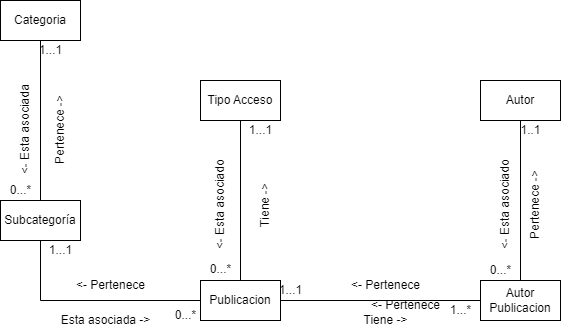
The draw.io diagram ModeloDeDominio.drawio.png in Seletex/DOO-Hola-Personal, before a commit. Source tidied: cells renumbered, new cells last; positions are measured from the earlier drawing's top-left corner, leaving out a move shared by most shapes.
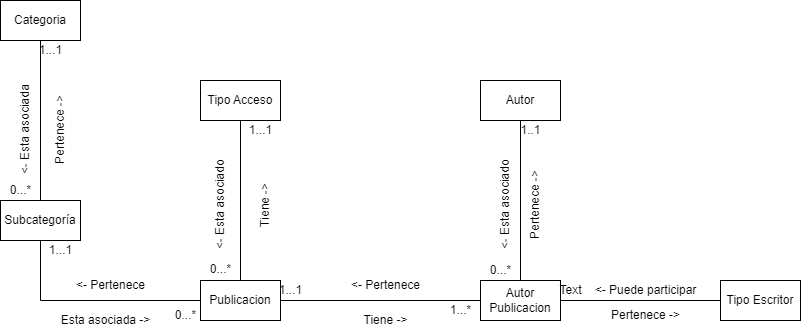
After the change.

Diff of the diagram source:
```diff
@@ -72,6 +72,9 @@
     <mxCell id="23" value="Autor" style="rounded=0;whiteSpace=wrap;html=1;" parent="1" vertex="1">
       <mxGeometry x="510" y="80" width="80" height="40" as="geometry" />
     </mxCell>
+    <mxCell id="34" style="edgeStyle=orthogonalEdgeStyle;rounded=0;jettySize=auto;html=1;entryX=0;entryY=0.5;entryDx=0;entryDy=0;endArrow=none;endFill=0;" parent="1" edge="1" source="24" target="35">
+      <mxGeometry relative="1" as="geometry" />
+    </mxCell>
     <mxCell id="24" value="Autor Publicacion" style="rounded=0;whiteSpace=wrap;html=1;" parent="1" vertex="1">
       <mxGeometry x="510" y="280" width="80" height="40" as="geometry" />
     </mxCell>
@@ -90,9 +93,6 @@
     <mxCell id="29" value="&amp;lt;- Esta asociado" style="text;html=1;align=center;verticalAlign=middle;strokeColor=none;fillColor=none;rotation=-90;" parent="1" vertex="1">
       <mxGeometry x="480" y="190" width="110" height="30" as="geometry" />
     </mxCell>
-    <mxCell id="30" value="&amp;lt;- Pertenece" style="text;html=1;align=center;verticalAlign=middle;strokeColor=none;fillColor=none;rotation=0;" parent="1" vertex="1">
-      <mxGeometry x="390" y="290" width="90" height="30" as="geometry" />
-    </mxCell>
     <mxCell id="31" value="Pertenece -&amp;gt;" style="text;html=1;align=center;verticalAlign=middle;strokeColor=none;fillColor=none;rotation=-90;" parent="1" vertex="1">
       <mxGeometry x="520" y="190" width="90" height="30" as="geometry" />
     </mxCell>
@@ -102,5 +102,17 @@
     <mxCell id="33" value="0...*" style="text;html=1;align=center;verticalAlign=middle;strokeColor=none;fillColor=none;" parent="1" vertex="1">
       <mxGeometry x="510" y="255" width="40" height="30" as="geometry" />
     </mxCell>
+    <mxCell id="35" value="Tipo Escritor" style="rounded=0;whiteSpace=wrap;html=1;" parent="1" vertex="1">
+      <mxGeometry x="750" y="280" width="80" height="40" as="geometry" />
+    </mxCell>
+    <mxCell id="36" value="&amp;lt;- Puede participar" style="text;html=1;align=center;verticalAlign=middle;strokeColor=none;fillColor=none;rotation=0;" parent="1" vertex="1">
+      <mxGeometry x="610" y="275" width="130" height="30" as="geometry" />
+    </mxCell>
+    <mxCell id="37" value="Text" style="text;html=1;align=center;verticalAlign=middle;strokeColor=none;fillColor=none;" parent="1" vertex="1">
+      <mxGeometry x="575" y="275" width="50" height="30" as="geometry" />
+    </mxCell>
+    <mxCell id="38" value="Pertenece -&amp;gt;" style="text;html=1;align=center;verticalAlign=middle;strokeColor=none;fillColor=none;rotation=0;" parent="1" vertex="1">
+      <mxGeometry x="630" y="300" width="90" height="30" as="geometry" />
+    </mxCell>
   </root>
 </mxGraphModel>
```
